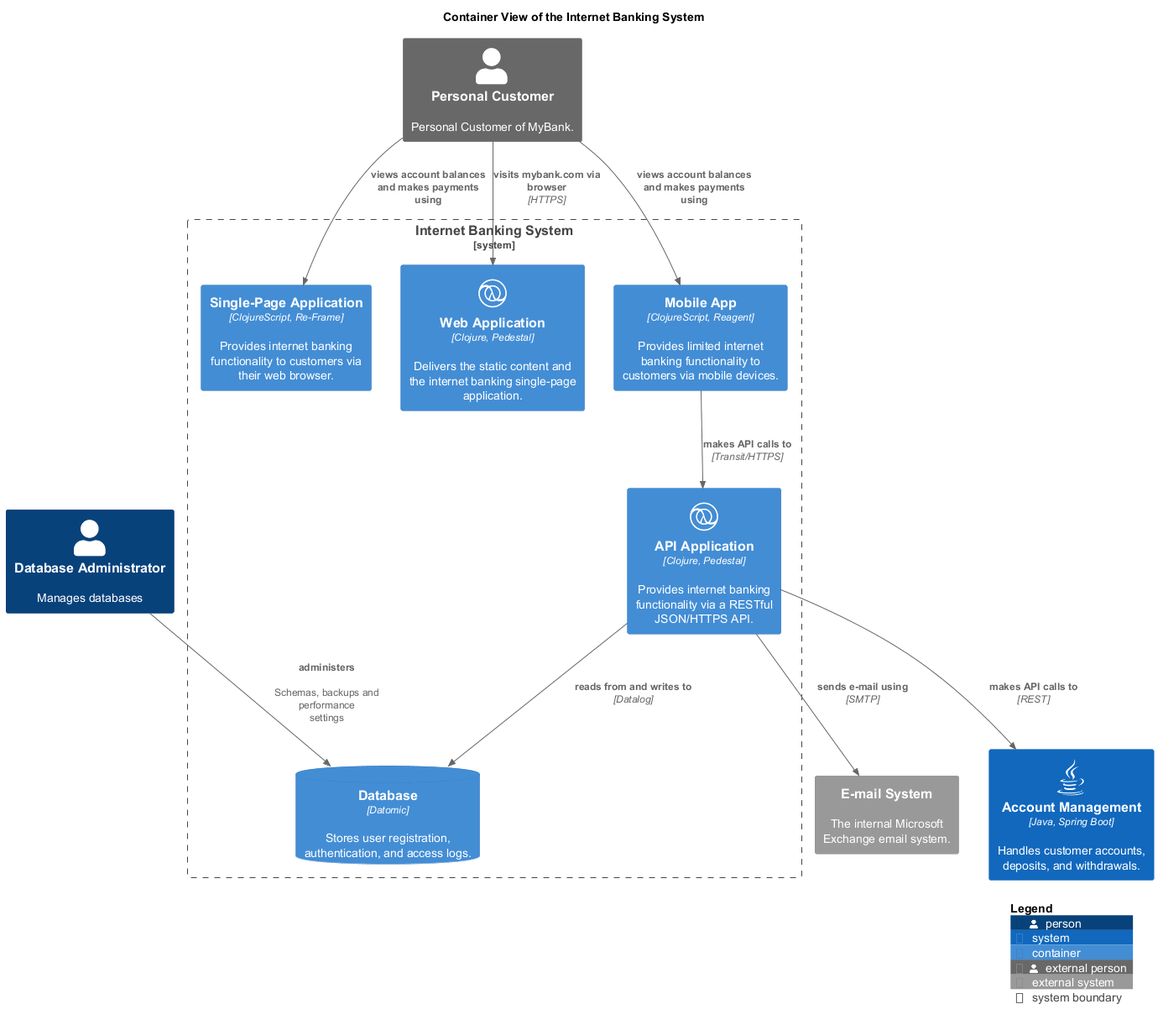
soulspace-org/my-bank-model keeps this PlantUML diagram as docs/mybank/digital-banking/internet-banking-system/container-view.png. Above is the earlier version.
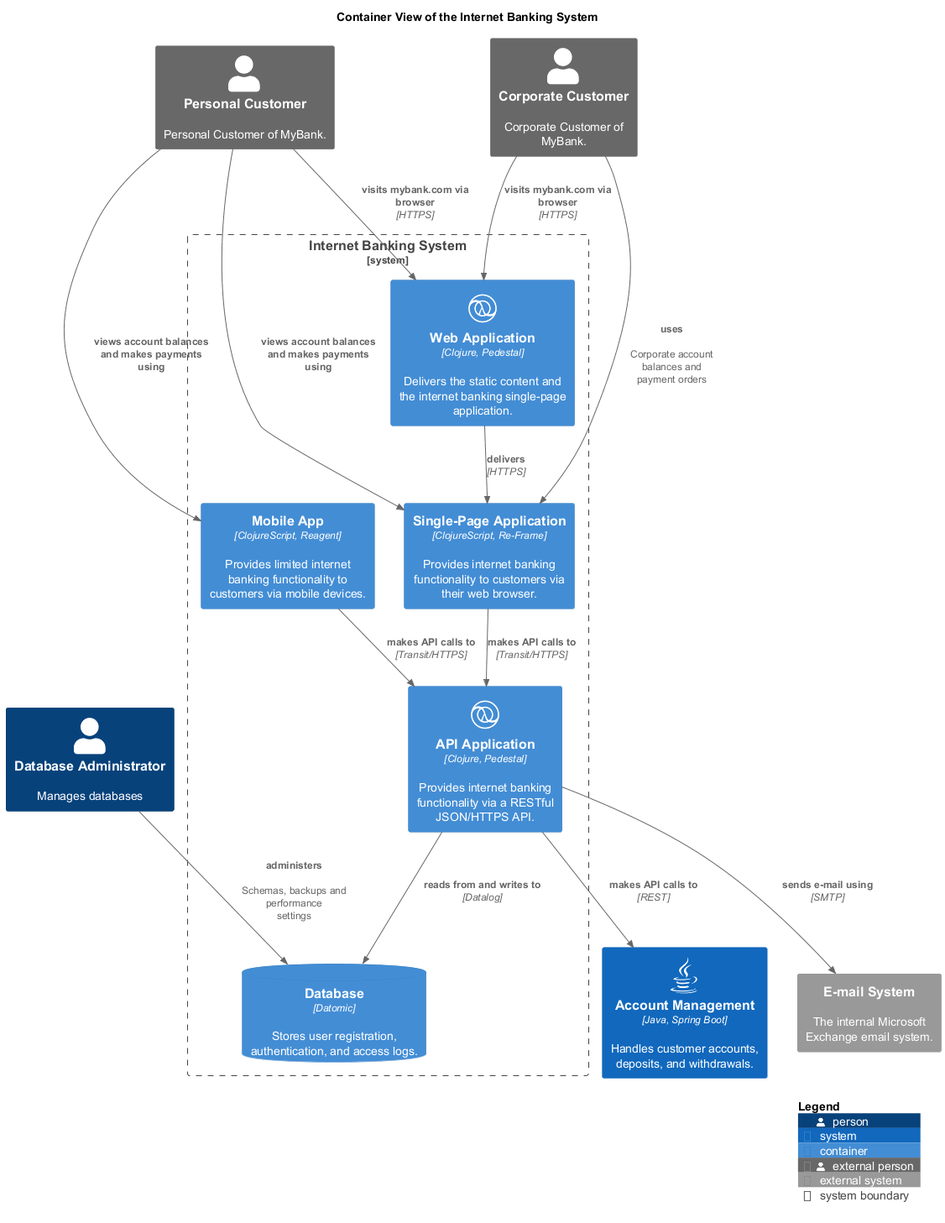
After the change.

Change to the diagram source:
```diff
@@ -26,11 +26,16 @@
 Person_Ext(mybank_personalCustomer, "Personal Customer", $descr="Personal Customer of MyBank.")
 System(mybank_coreBanking_accountManagementSystem, "Account Management", $descr="Handles customer accounts, deposits, and withdrawals.", $type="Java, Spring Boot", $sprite="java")
 Person(mybank_itManagement_databaseAdministrator, "Database Administrator", $descr="Manages databases")
+Person_Ext(mybank_corporateCustomer, "Corporate Customer", $descr="Corporate Customer of MyBank.")
 Rel(mybank_digitalBanking_internetBankingSystem_apiApplication, mybank_digitalBanking_internetBankingSystem_database, "reads from and writes to", $techn="Datalog")
 Rel(mybank_personalCustomer, mybank_digitalBanking_internetBankingSystem_webApp, "visits mybank.com via browser", $techn="HTTPS")
 Rel(mybank_personalCustomer, mybank_digitalBanking_internetBankingSystem_singlePageApp, "views account balances and makes payments using")
+Rel(mybank_digitalBanking_internetBankingSystem_webApp, mybank_digitalBanking_internetBankingSystem_singlePageApp, "delivers", $techn="HTTPS")
+Rel(mybank_corporateCustomer, mybank_digitalBanking_internetBankingSystem_singlePageApp, "uses", $descr="Corporate account balances and payment orders")
 Rel(mybank_itManagement_databaseAdministrator, mybank_digitalBanking_internetBankingSystem_database, "administers", $descr="Schemas, backups and performance settings")
 Rel(mybank_digitalBanking_internetBankingSystem_apiApplication, mybank_emailSystem, "sends e-mail using", $techn="SMTP")
+Rel(mybank_digitalBanking_internetBankingSystem_singlePageApp, mybank_digitalBanking_internetBankingSystem_apiApplication, "makes API calls to", $techn="Transit/HTTPS")
+Rel(mybank_corporateCustomer, mybank_digitalBanking_internetBankingSystem_webApp, "visits mybank.com via browser", $techn="HTTPS")
 Rel(mybank_digitalBanking_internetBankingSystem_mobileApp, mybank_digitalBanking_internetBankingSystem_apiApplication, "makes API calls to", $techn="Transit/HTTPS")
 Rel(mybank_digitalBanking_internetBankingSystem_apiApplication, mybank_coreBanking_accountManagementSystem, "makes API calls to", $techn="REST")
 Rel(mybank_personalCustomer, mybank_digitalBanking_internetBankingSystem_mobileApp, "views account balances and makes payments using")
```
